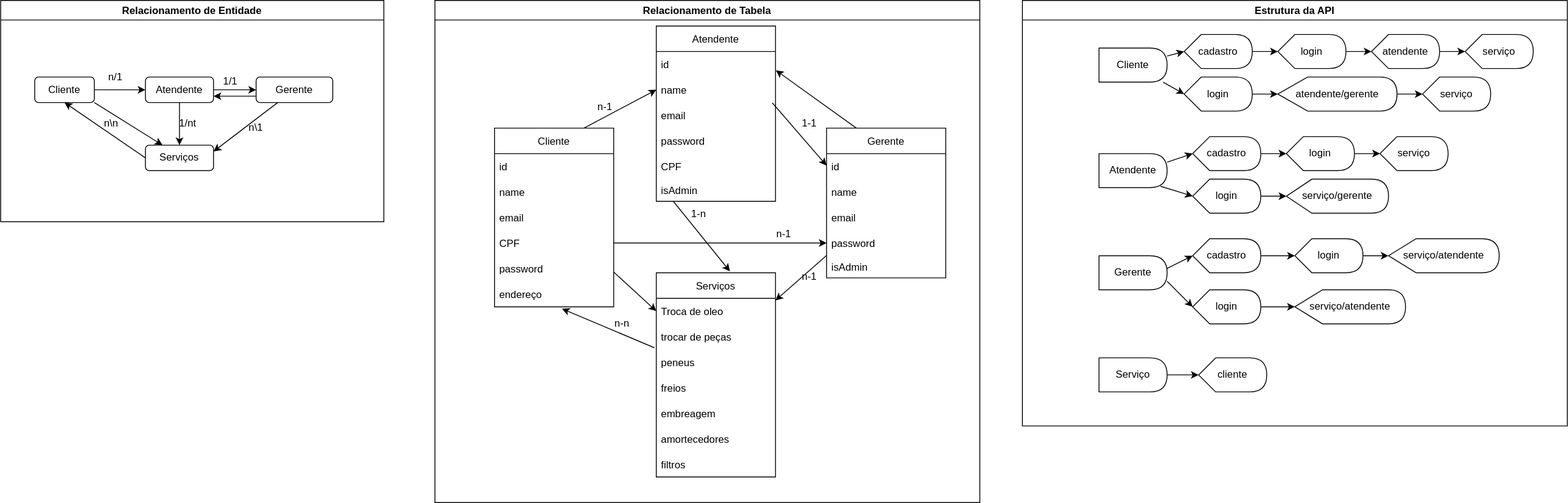
Jardejane/servi-o-oficina keeps this draw.io diagram as project.drawio.svg. Above is the earlier version. Source tidied: cells renumbered, new cells last; positions are measured from the earlier drawing's top-left corner, leaving out a move shared by most shapes.
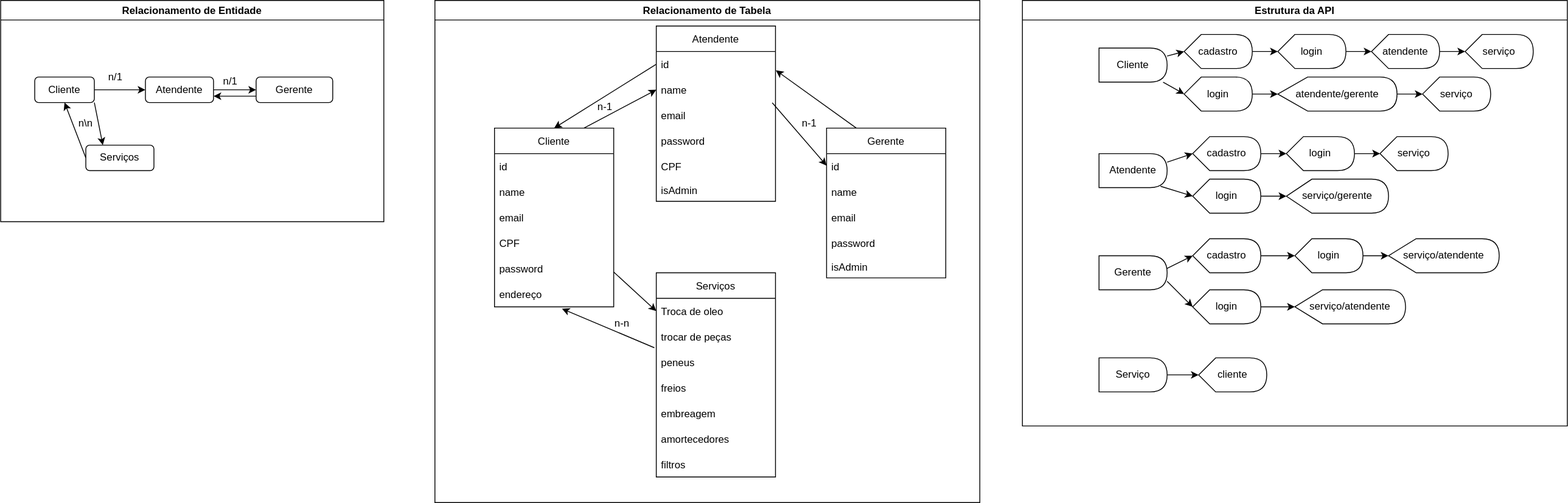
Later version of the same file.

Diff of the diagram source:
```diff
@@ -21,15 +21,9 @@
     <mxCell id="6" style="edgeStyle=none;html=1;" parent="2" edge="1" source="8" target="11">
       <mxGeometry relative="1" as="geometry" />
     </mxCell>
-    <mxCell id="7" style="edgeStyle=none;html=1;" parent="2" edge="1" source="8" target="13">
-      <mxGeometry relative="1" as="geometry" />
-    </mxCell>
     <mxCell id="8" value="Atendente" style="rounded=1;whiteSpace=wrap;html=1;" parent="2" vertex="1">
       <mxGeometry x="170" y="90" width="80" height="30" as="geometry" />
     </mxCell>
-    <mxCell id="9" style="edgeStyle=none;html=1;entryX=1;entryY=0.25;entryDx=0;entryDy=0;" parent="2" edge="1" source="11" target="13">
-      <mxGeometry relative="1" as="geometry" />
-    </mxCell>
     <mxCell id="10" style="edgeStyle=none;html=1;exitX=0;exitY=0.75;exitDx=0;exitDy=0;entryX=1;entryY=0.75;entryDx=0;entryDy=0;" parent="2" edge="1" source="11" target="8">
       <mxGeometry relative="1" as="geometry" />
     </mxCell>
@@ -40,22 +34,16 @@
       <mxGeometry relative="1" as="geometry" />
     </mxCell>
     <mxCell id="13" value="Serviços" style="rounded=1;whiteSpace=wrap;html=1;" parent="2" vertex="1">
-      <mxGeometry x="170" y="170" width="80" height="30" as="geometry" />
+      <mxGeometry x="100" y="170" width="80" height="30" as="geometry" />
     </mxCell>
     <mxCell id="14" value="n/1" style="text;html=1;strokeColor=none;fillColor=none;align=center;verticalAlign=middle;whiteSpace=wrap;rounded=0;" parent="2" vertex="1">
       <mxGeometry x="120" y="80" width="30" height="20" as="geometry" />
     </mxCell>
-    <mxCell id="15" value="1/1" style="text;html=1;strokeColor=none;fillColor=none;align=center;verticalAlign=middle;whiteSpace=wrap;rounded=0;" parent="2" vertex="1">
+    <mxCell id="15" value="n/1" style="text;html=1;strokeColor=none;fillColor=none;align=center;verticalAlign=middle;whiteSpace=wrap;rounded=0;" parent="2" vertex="1">
       <mxGeometry x="250" y="80" width="40" height="30" as="geometry" />
     </mxCell>
-    <mxCell id="16" value="n\1" style="text;html=1;strokeColor=none;fillColor=none;align=center;verticalAlign=middle;whiteSpace=wrap;rounded=0;rotation=0;" parent="2" vertex="1">
-      <mxGeometry x="270" y="140" width="60" height="20" as="geometry" />
-    </mxCell>
-    <mxCell id="17" value="1/nt" style="text;html=1;strokeColor=none;fillColor=none;align=center;verticalAlign=middle;whiteSpace=wrap;rounded=0;" parent="2" vertex="1">
-      <mxGeometry x="190" y="130" width="60" height="30" as="geometry" />
-    </mxCell>
     <mxCell id="18" value="n\n" style="text;html=1;strokeColor=none;fillColor=none;align=center;verticalAlign=middle;whiteSpace=wrap;rounded=0;" parent="2" vertex="1">
-      <mxGeometry x="100" y="130" width="60" height="30" as="geometry" />
+      <mxGeometry x="70" y="130" width="60" height="30" as="geometry" />
     </mxCell>
     <mxCell id="19" value="Relacionamento de Tabela " style="swimlane;" parent="1" vertex="1">
       <mxGeometry x="510" width="640" height="590" as="geometry" />
@@ -108,9 +96,6 @@
     <mxCell id="35" value="isAdmin" style="text;strokeColor=none;fillColor=none;align=left;verticalAlign=top;spacingLeft=4;spacingRight=4;overflow=hidden;" parent="29" vertex="1">
       <mxGeometry y="180" width="140" height="26" as="geometry" />
     </mxCell>
-    <mxCell id="36" style="edgeStyle=none;html=1;entryX=1;entryY=0.084;entryDx=0;entryDy=0;entryPerimeter=0;" parent="19" edge="1" source="38" target="46">
-      <mxGeometry relative="1" as="geometry" />
-    </mxCell>
     <mxCell id="37" style="edgeStyle=none;html=1;exitX=0.25;exitY=0;exitDx=0;exitDy=0;entryX=1.003;entryY=0.737;entryDx=0;entryDy=0;entryPerimeter=0;" parent="19" edge="1" source="38" target="30">
       <mxGeometry relative="1" as="geometry" />
     </mxCell>
@@ -159,33 +144,21 @@
     <mxCell id="52" value="filtros" style="text;strokeColor=none;fillColor=none;align=left;verticalAlign=middle;spacingLeft=4;spacingRight=4;overflow=hidden;" parent="45" vertex="1">
       <mxGeometry y="210" width="140" height="30" as="geometry" />
     </mxCell>
-    <mxCell id="53" style="edgeStyle=none;html=1;entryX=0;entryY=0.5;entryDx=0;entryDy=0;" parent="19" edge="1" source="25" target="42">
-      <mxGeometry relative="1" as="geometry" />
-    </mxCell>
-    <mxCell id="54" style="edgeStyle=none;html=1;exitX=0;exitY=0;exitDx=0;exitDy=0;entryX=0.618;entryY=-0.007;entryDx=0;entryDy=0;entryPerimeter=0;" parent="19" edge="1" source="60" target="45">
-      <mxGeometry relative="1" as="geometry" />
-    </mxCell>
     <mxCell id="55" style="edgeStyle=none;html=1;entryX=0;entryY=0.5;entryDx=0;entryDy=0;exitX=0.75;exitY=0;exitDx=0;exitDy=0;" parent="19" edge="1" source="21" target="31">
       <mxGeometry relative="1" as="geometry" />
     </mxCell>
     <mxCell id="56" value="n-1" style="text;html=1;strokeColor=none;fillColor=none;align=center;verticalAlign=middle;whiteSpace=wrap;rounded=0;" parent="19" vertex="1">
       <mxGeometry x="170" y="110" width="60" height="30" as="geometry" />
     </mxCell>
-    <mxCell id="57" value="1-1" style="text;html=1;strokeColor=none;fillColor=none;align=center;verticalAlign=middle;whiteSpace=wrap;rounded=0;" parent="19" vertex="1">
+    <mxCell id="57" value="n-1" style="text;html=1;strokeColor=none;fillColor=none;align=center;verticalAlign=middle;whiteSpace=wrap;rounded=0;" parent="19" vertex="1">
       <mxGeometry x="410" y="130" width="60" height="30" as="geometry" />
     </mxCell>
-    <mxCell id="58" value="n-1" style="text;html=1;strokeColor=none;fillColor=none;align=center;verticalAlign=middle;whiteSpace=wrap;rounded=0;" parent="19" vertex="1">
-      <mxGeometry x="410" y="310" width="60" height="30" as="geometry" />
-    </mxCell>
     <mxCell id="59" value="n-n" style="text;html=1;strokeColor=none;fillColor=none;align=center;verticalAlign=middle;whiteSpace=wrap;rounded=0;" parent="19" vertex="1">
       <mxGeometry x="190" y="365" width="60" height="30" as="geometry" />
     </mxCell>
-    <mxCell id="60" value="1-n" style="text;html=1;strokeColor=none;fillColor=none;align=center;verticalAlign=middle;whiteSpace=wrap;rounded=0;" parent="19" vertex="1">
-      <mxGeometry x="280" y="236" width="60" height="30" as="geometry" />
-    </mxCell>
-    <mxCell id="61" value="n-1" style="text;html=1;strokeColor=none;fillColor=none;align=center;verticalAlign=middle;whiteSpace=wrap;rounded=0;" parent="19" vertex="1">
-      <mxGeometry x="380" y="260" width="60" height="30" as="geometry" />
-    </mxCell>
+    <mxCell id="103" style="edgeStyle=none;html=1;exitX=0;exitY=0.5;exitDx=0;exitDy=0;entryX=0.5;entryY=0;entryDx=0;entryDy=0;" parent="19" edge="1" source="30" target="21">
+      <mxGeometry relative="1" as="geometry" />
+    </mxCell>
     <mxCell id="62" value="Estrutura da API" style="swimlane;" parent="1" vertex="1">
       <mxGeometry x="1200" width="640" height="500" as="geometry" />
     </mxCell>
```
